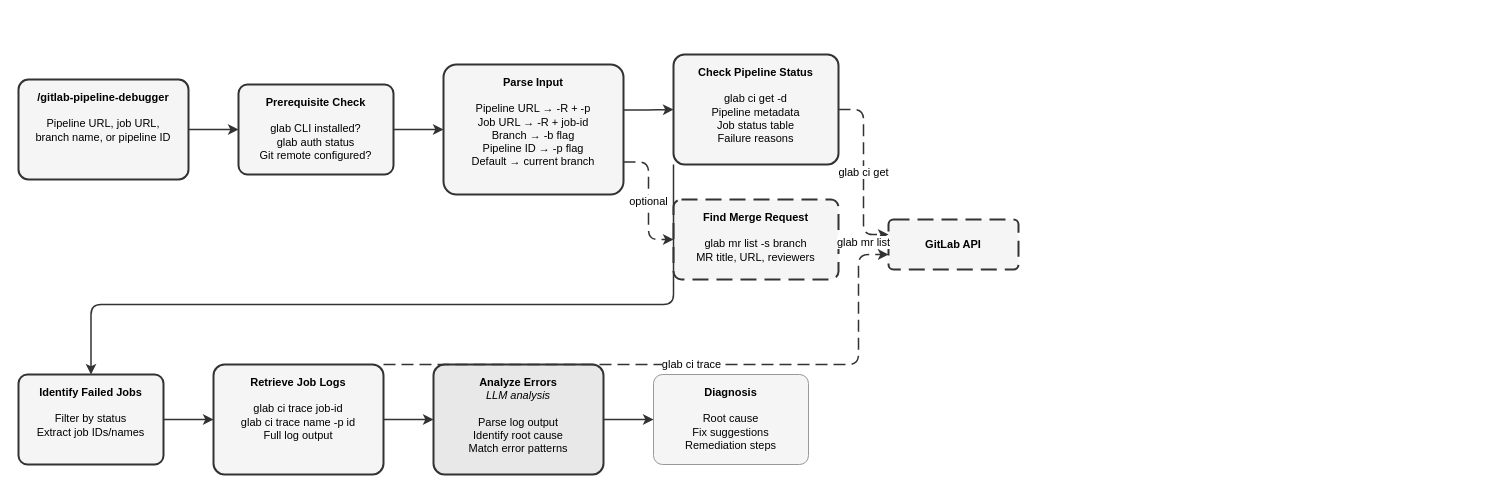
The draw.io diagram site/docs/plugins/odh-ai-helpers/gitlab-pipeline-debugger.drawio in opendatahub-io/skills-registry, before the edit. Source tidied: cells renumbered, new cells numbered last; positions are measured from the earlier drawing's top-left corner, leaving out a move shared by most shapes. Both pictures are drawn from the tidied source at 100%, with x=0, y=0 at pixel (18, 54).
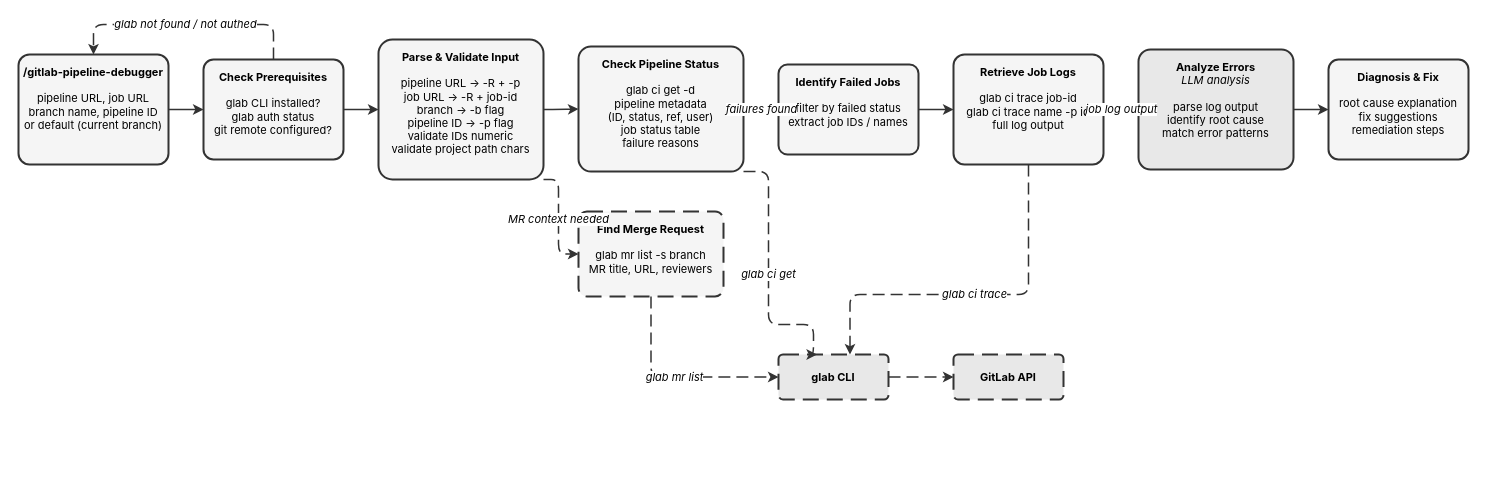
The same page after the edit.

Diff of the diagram source:
```diff
@@
-    <mxCell id="2" value="&lt;b&gt;/gitlab-pipeline-debugger&lt;/b&gt;&lt;br&gt;&lt;br&gt;Pipeline URL, job URL,&lt;br&gt;branch name, or pipeline ID" style="rounded=1;whiteSpace=wrap;html=1;fillColor=#f5f5f5;strokeColor=#333333;strokeWidth=2;arcSize=10;verticalAlign=top;spacingTop=5;fontSize=11;" parent="1" vertex="1">
-      <mxGeometry y="25" width="170" height="100" as="geometry" />
+    <mxCell id="2" value="&lt;b&gt;/gitlab-pipeline-debugger&lt;/b&gt;&lt;br&gt;&lt;br&gt;pipeline URL, job URL&lt;br&gt;branch name, pipeline ID&lt;br&gt;or default (current branch)" style="rounded=1;whiteSpace=wrap;html=1;fillColor=#f5f5f5;strokeColor=#333333;strokeWidth=2;arcSize=10;verticalAlign=top;spacingTop=5;fontSize=11;fontFamily=Inter,Helvetica,Arial,sans-serif;" parent="1" vertex="1">
+      <mxGeometry width="150" height="110" as="geometry" />
     </mxCell>
-    <mxCell id="3" value="&lt;b&gt;Prerequisite Check&lt;/b&gt;&lt;br&gt;&lt;br&gt;glab CLI installed?&lt;br&gt;glab auth status&lt;br&gt;Git remote configured?" style="rounded=1;whiteSpace=wrap;html=1;fillColor=#f5f5f5;strokeColor=#333333;strokeWidth=2;arcSize=10;verticalAlign=top;spacingTop=5;fontSize=11;" parent="1" vertex="1">
-      <mxGeometry x="220" y="30" width="155" height="90" as="geometry" />
+    <mxCell id="3" value="&lt;b&gt;Check Prerequisites&lt;/b&gt;&lt;br&gt;&lt;br&gt;glab CLI installed?&lt;br&gt;glab auth status&lt;br&gt;git remote configured?" style="rounded=1;whiteSpace=wrap;html=1;fillColor=#f5f5f5;strokeColor=#333333;strokeWidth=2;arcSize=10;verticalAlign=top;spacingTop=5;fontSize=11;fontFamily=Inter,Helvetica,Arial,sans-serif;" parent="1" vertex="1">
+      <mxGeometry x="185" y="5" width="140" height="100" as="geometry" />
     </mxCell>
-    <mxCell id="4" value="&lt;b&gt;Parse Input&lt;/b&gt;&lt;br&gt;&lt;br&gt;Pipeline URL &amp;rarr; -R + -p&lt;br&gt;Job URL &amp;rarr; -R + job-id&lt;br&gt;Branch &amp;rarr; -b flag&lt;br&gt;Pipeline ID &amp;rarr; -p flag&lt;br&gt;Default &amp;rarr; current branch" style="rounded=1;whiteSpace=wrap;html=1;fillColor=#f5f5f5;strokeColor=#333333;strokeWidth=2;arcSize=10;verticalAlign=top;spacingTop=5;fontSize=11;" parent="1" vertex="1">
-      <mxGeometry x="425" y="10" width="180" height="130" as="geometry" />
+    <mxCell id="4" value="&lt;b&gt;Parse &amp; Validate Input&lt;/b&gt;&lt;br&gt;&lt;br&gt;pipeline URL → -R + -p&lt;br&gt;job URL → -R + job-id&lt;br&gt;branch → -b flag&lt;br&gt;pipeline ID → -p flag&lt;br&gt;validate IDs numeric&lt;br&gt;validate project path chars" style="rounded=1;whiteSpace=wrap;html=1;fillColor=#f5f5f5;strokeColor=#333333;strokeWidth=2;arcSize=10;verticalAlign=top;spacingTop=5;fontSize=11;fontFamily=Inter,Helvetica,Arial,sans-serif;" parent="1" vertex="1">
+      <mxGeometry x="360" y="-15" width="165" height="140" as="geometry" />
     </mxCell>
-    <mxCell id="5" value="&lt;b&gt;Check Pipeline Status&lt;/b&gt;&lt;br&gt;&lt;br&gt;glab ci get -d&lt;br&gt;Pipeline metadata&lt;br&gt;Job status table&lt;br&gt;Failure reasons" style="rounded=1;whiteSpace=wrap;html=1;fillColor=#f5f5f5;strokeColor=#333333;strokeWidth=2;arcSize=10;verticalAlign=top;spacingTop=5;fontSize=11;" parent="1" vertex="1">
-      <mxGeometry x="655" width="165" height="110" as="geometry" />
+    <mxCell id="5" value="&lt;b&gt;Check Pipeline Status&lt;/b&gt;&lt;br&gt;&lt;br&gt;glab ci get -d&lt;br&gt;pipeline metadata&lt;br&gt;(ID, status, ref, user)&lt;br&gt;job status table&lt;br&gt;failure reasons" style="rounded=1;whiteSpace=wrap;html=1;fillColor=#f5f5f5;strokeColor=#333333;strokeWidth=2;arcSize=10;verticalAlign=top;spacingTop=5;fontSize=11;fontFamily=Inter,Helvetica,Arial,sans-serif;" parent="1" vertex="1">
+      <mxGeometry x="560" y="-8" width="165" height="125" as="geometry" />
     </mxCell>
-    <mxCell id="6" value="&lt;b&gt;Find Merge Request&lt;/b&gt;&lt;br&gt;&lt;br&gt;glab mr list -s branch&lt;br&gt;MR title, URL, reviewers" style="rounded=1;whiteSpace=wrap;html=1;fillColor=#f5f5f5;strokeColor=#333333;strokeWidth=2;arcSize=10;dashed=1;dashPattern=8 4;verticalAlign=top;spacingTop=5;fontSize=11;" parent="1" vertex="1">
-      <mxGeometry x="655" y="145" width="165" height="80" as="geometry" />
+    <mxCell id="6" value="&lt;b&gt;Find Merge Request&lt;/b&gt;&lt;br&gt;&lt;br&gt;glab mr list -s branch&lt;br&gt;MR title, URL, reviewers" style="rounded=1;whiteSpace=wrap;html=1;fillColor=#f5f5f5;strokeColor=#333333;strokeWidth=2;arcSize=10;dashed=1;dashPattern=8 4;verticalAlign=top;spacingTop=5;fontSize=11;fontFamily=Inter,Helvetica,Arial,sans-serif;" parent="1" vertex="1">
+      <mxGeometry x="560" y="157" width="145" height="85" as="geometry" />
     </mxCell>
-    <mxCell id="7" value="&lt;b&gt;Identify Failed Jobs&lt;/b&gt;&lt;br&gt;&lt;br&gt;Filter by status&lt;br&gt;Extract job IDs/names" style="rounded=1;whiteSpace=wrap;html=1;fillColor=#f5f5f5;strokeColor=#333333;strokeWidth=2;arcSize=10;verticalAlign=top;spacingTop=5;fontSize=11;" parent="1" vertex="1">
-      <mxGeometry y="320" width="145" height="90" as="geometry" />
+    <mxCell id="7" value="&lt;b&gt;Identify Failed Jobs&lt;/b&gt;&lt;br&gt;&lt;br&gt;filter by failed status&lt;br&gt;extract job IDs / names" style="rounded=1;whiteSpace=wrap;html=1;fillColor=#f5f5f5;strokeColor=#333333;strokeWidth=2;arcSize=10;verticalAlign=top;spacingTop=5;fontSize=11;fontFamily=Inter,Helvetica,Arial,sans-serif;" parent="1" vertex="1">
+      <mxGeometry x="760" y="10" width="140" height="90" as="geometry" />
     </mxCell>
-    <mxCell id="8" value="&lt;b&gt;Retrieve Job Logs&lt;/b&gt;&lt;br&gt;&lt;br&gt;glab ci trace job-id&lt;br&gt;glab ci trace name -p id&lt;br&gt;Full log output" style="rounded=1;whiteSpace=wrap;html=1;fillColor=#f5f5f5;strokeColor=#333333;strokeWidth=2;arcSize=10;verticalAlign=top;spacingTop=5;fontSize=11;" parent="1" vertex="1">
-      <mxGeometry x="195" y="310" width="170" height="110" as="geometry" />
+    <mxCell id="8" value="&lt;b&gt;Retrieve Job Logs&lt;/b&gt;&lt;br&gt;&lt;br&gt;glab ci trace job-id&lt;br&gt;glab ci trace name -p id&lt;br&gt;full log output" style="rounded=1;whiteSpace=wrap;html=1;fillColor=#f5f5f5;strokeColor=#333333;strokeWidth=2;arcSize=10;verticalAlign=top;spacingTop=5;fontSize=11;fontFamily=Inter,Helvetica,Arial,sans-serif;" parent="1" vertex="1">
+      <mxGeometry x="935" width="150" height="110" as="geometry" />
     </mxCell>
-    <mxCell id="9" value="&lt;b&gt;Analyze Errors&lt;/b&gt;&lt;br&gt;&lt;i&gt;LLM analysis&lt;/i&gt;&lt;br&gt;&lt;br&gt;Parse log output&lt;br&gt;Identify root cause&lt;br&gt;Match error patterns" style="rounded=1;whiteSpace=wrap;html=1;fillColor=#e8e8e8;strokeColor=#333333;strokeWidth=2;arcSize=10;verticalAlign=top;spacingTop=5;fontSize=11;" parent="1" vertex="1">
-      <mxGeometry x="415" y="310" width="170" height="110" as="geometry" />
+    <mxCell id="9" value="&lt;b&gt;Analyze Errors&lt;/b&gt;&lt;br&gt;&lt;i&gt;LLM analysis&lt;/i&gt;&lt;br&gt;&lt;br&gt;parse log output&lt;br&gt;identify root cause&lt;br&gt;match error patterns" style="rounded=1;whiteSpace=wrap;html=1;fillColor=#e8e8e8;strokeColor=#333333;strokeWidth=2;arcSize=10;verticalAlign=top;spacingTop=5;fontSize=11;fontFamily=Inter,Helvetica,Arial,sans-serif;" parent="1" vertex="1">
+      <mxGeometry x="1120" y="-5" width="155" height="120" as="geometry" />
     </mxCell>
-    <mxCell id="10" value="&lt;b&gt;Diagnosis&lt;/b&gt;&lt;br&gt;&lt;br&gt;Root cause&lt;br&gt;Fix suggestions&lt;br&gt;Remediation steps" style="rounded=1;whiteSpace=wrap;html=1;fillColor=#f5f5f5;strokeColor=#999999;strokeWidth=1;arcSize=10;verticalAlign=top;spacingTop=5;fontSize=11;" parent="1" vertex="1">
-      <mxGeometry x="635" y="320" width="155" height="90" as="geometry" />
+    <mxCell id="10" value="&lt;b&gt;Diagnosis &amp; Fix&lt;/b&gt;&lt;br&gt;&lt;br&gt;root cause explanation&lt;br&gt;fix suggestions&lt;br&gt;remediation steps" style="rounded=1;whiteSpace=wrap;html=1;fillColor=#f5f5f5;strokeColor=#333333;strokeWidth=2;arcSize=10;verticalAlign=top;spacingTop=5;fontSize=11;fontFamily=Inter,Helvetica,Arial,sans-serif;" parent="1" vertex="1">
+      <mxGeometry x="1310" y="5" width="140" height="100" as="geometry" />
     </mxCell>
+    <mxCell id="23" value="&lt;b&gt;glab CLI&lt;/b&gt;" style="rounded=1;whiteSpace=wrap;html=1;fillColor=#e8e8e8;strokeColor=#333333;strokeWidth=2;arcSize=10;dashed=1;dashPattern=8 4;verticalAlign=middle;fontSize=11;fontFamily=Inter,Helvetica,Arial,sans-serif;" parent="1" vertex="1">
+      <mxGeometry x="760" y="300" width="110" height="45" as="geometry" />
+    </mxCell>
-    <mxCell id="11" value="&lt;b&gt;GitLab API&lt;/b&gt;" style="rounded=1;whiteSpace=wrap;html=1;fillColor=#f5f5f5;strokeColor=#333333;strokeWidth=2;arcSize=10;dashed=1;dashPattern=8 4;verticalAlign=middle;fontSize=11;" parent="1" vertex="1">
-      <mxGeometry x="870" y="165" width="130" height="50" as="geometry" />
+    <mxCell id="11" value="&lt;b&gt;GitLab API&lt;/b&gt;" style="rounded=1;whiteSpace=wrap;html=1;fillColor=#e8e8e8;strokeColor=#333333;strokeWidth=2;arcSize=10;dashed=1;dashPattern=8 4;verticalAlign=middle;fontSize=11;fontFamily=Inter,Helvetica,Arial,sans-serif;" parent="1" vertex="1">
+      <mxGeometry x="935" y="300" width="110" height="45" as="geometry" />
     </mxCell>
-    <mxCell id="12" style="edgeStyle=orthogonalEdgeStyle;rounded=1;strokeColor=#333333;strokeWidth=1.5;html=1;exitX=1;exitY=0.5;exitDx=0;exitDy=0;entryX=0;entryY=0.5;entryDx=0;entryDy=0;" parent="1" edge="1" source="2" target="3">
+    <mxCell id="12" style="edgeStyle=orthogonalEdgeStyle;rounded=1;strokeColor=#333333;strokeWidth=1.5;html=1;fontFamily=Inter,Helvetica,Arial,sans-serif;exitX=1;exitY=0.5;exitDx=0;exitDy=0;entryX=0;entryY=0.5;entryDx=0;entryDy=0;" parent="1" edge="1" source="2" target="3">
       <mxGeometry relative="1" as="geometry" />
     </mxCell>
-    <mxCell id="13" style="edgeStyle=orthogonalEdgeStyle;rounded=1;strokeColor=#333333;strokeWidth=1.5;html=1;exitX=1;exitY=0.5;exitDx=0;exitDy=0;entryX=0;entryY=0.5;entryDx=0;entryDy=0;" parent="1" edge="1" source="3" target="4">
+    <mxCell id="13" style="edgeStyle=orthogonalEdgeStyle;rounded=1;strokeColor=#333333;strokeWidth=1.5;html=1;fontFamily=Inter,Helvetica,Arial,sans-serif;exitX=1;exitY=0.5;exitDx=0;exitDy=0;entryX=0;entryY=0.5;entryDx=0;entryDy=0;" parent="1" edge="1" source="3" target="4">
       <mxGeometry relative="1" as="geometry" />
     </mxCell>
-    <mxCell id="14" style="edgeStyle=orthogonalEdgeStyle;rounded=1;strokeColor=#333333;strokeWidth=1.5;html=1;exitX=1;exitY=0.35;exitDx=0;exitDy=0;entryX=0;entryY=0.5;entryDx=0;entryDy=0;" parent="1" edge="1" source="4" target="5">
+    <mxCell id="14" style="edgeStyle=orthogonalEdgeStyle;rounded=1;strokeColor=#333333;strokeWidth=1.5;html=1;fontFamily=Inter,Helvetica,Arial,sans-serif;exitX=1;exitY=0.5;exitDx=0;exitDy=0;entryX=0;entryY=0.5;entryDx=0;entryDy=0;" parent="1" edge="1" source="4" target="5">
       <mxGeometry relative="1" as="geometry" />
     </mxCell>
-    <mxCell id="15" value="optional" style="edgeStyle=orthogonalEdgeStyle;rounded=1;strokeColor=#333333;strokeWidth=1.5;dashed=1;dashPattern=8 4;html=1;exitX=1;exitY=0.75;exitDx=0;exitDy=0;entryX=0;entryY=0.5;entryDx=0;entryDy=0;" parent="1" edge="1" source="4" target="6">
-      <mxGeometry relative="1" as="geometry" />
+    <mxCell id="15" value="MR context needed" style="edgeStyle=orthogonalEdgeStyle;rounded=1;strokeColor=#333333;strokeWidth=1.5;dashed=1;dashPattern=8 4;html=1;fontStyle=2;fontSize=11;fontFamily=Inter,Helvetica,Arial,sans-serif;exitX=1;exitY=1;exitDx=0;exitDy=0;entryX=0;entryY=0.5;entryDx=0;entryDy=0;" parent="1" edge="1" source="4" target="6">
+      <mxGeometry relative="1" as="geometry">
+        <Array as="points">
+          <mxPoint x="540" y="125" />
+          <mxPoint x="540" y="199" />
+        </Array>
+      </mxGeometry>
     </mxCell>
-    <mxCell id="16" style="edgeStyle=orthogonalEdgeStyle;rounded=1;strokeColor=#333333;strokeWidth=1.5;html=1;exitX=0;exitY=1;exitDx=0;exitDy=0;entryX=0.5;entryY=0;entryDx=0;entryDy=0;" parent="1" edge="1" source="5" target="7">
-      <mxGeometry relative="1" as="geometry">
-        <Array as="points">
-          <mxPoint x="655" y="250" />
-          <mxPoint x="72" y="250" />
-        </Array>
-      </mxGeometry>
+    <mxCell id="16" value="failures found" style="edgeStyle=orthogonalEdgeStyle;rounded=1;strokeColor=#333333;strokeWidth=1.5;html=1;fontStyle=2;fontSize=11;fontFamily=Inter,Helvetica,Arial,sans-serif;exitX=1;exitY=0.5;exitDx=0;exitDy=0;entryX=0;entryY=0.5;entryDx=0;entryDy=0;" parent="1" edge="1" source="5" target="7">
+      <mxGeometry relative="1" as="geometry" />
     </mxCell>
-    <mxCell id="17" style="edgeStyle=orthogonalEdgeStyle;rounded=1;strokeColor=#333333;strokeWidth=1.5;html=1;exitX=1;exitY=0.5;exitDx=0;exitDy=0;entryX=0;entryY=0.5;entryDx=0;entryDy=0;" parent="1" edge="1" source="7" target="8">
+    <mxCell id="17" style="edgeStyle=orthogonalEdgeStyle;rounded=1;strokeColor=#333333;strokeWidth=1.5;html=1;fontFamily=Inter,Helvetica,Arial,sans-serif;exitX=1;exitY=0.5;exitDx=0;exitDy=0;entryX=0;entryY=0.5;entryDx=0;entryDy=0;" parent="1" edge="1" source="7" target="8">
       <mxGeometry relative="1" as="geometry" />
     </mxCell>
-    <mxCell id="18" style="edgeStyle=orthogonalEdgeStyle;rounded=1;strokeColor=#333333;strokeWidth=1.5;html=1;exitX=1;exitY=0.5;exitDx=0;exitDy=0;entryX=0;entryY=0.5;entryDx=0;entryDy=0;" parent="1" edge="1" source="8" target="9">
+    <mxCell id="18" value="job log output" style="edgeStyle=orthogonalEdgeStyle;rounded=1;strokeColor=#333333;strokeWidth=1.5;html=1;fontStyle=2;fontSize=11;fontFamily=Inter,Helvetica,Arial,sans-serif;exitX=1;exitY=0.5;exitDx=0;exitDy=0;entryX=0;entryY=0.5;entryDx=0;entryDy=0;" parent="1" edge="1" source="8" target="9">
       <mxGeometry relative="1" as="geometry" />
     </mxCell>
-    <mxCell id="19" style="edgeStyle=orthogonalEdgeStyle;rounded=1;strokeColor=#333333;strokeWidth=1.5;html=1;exitX=1;exitY=0.5;exitDx=0;exitDy=0;entryX=0;entryY=0.5;entryDx=0;entryDy=0;" parent="1" edge="1" source="9" target="10">
+    <mxCell id="19" style="edgeStyle=orthogonalEdgeStyle;rounded=1;strokeColor=#333333;strokeWidth=1.5;html=1;fontFamily=Inter,Helvetica,Arial,sans-serif;exitX=1;exitY=0.5;exitDx=0;exitDy=0;entryX=0;entryY=0.5;entryDx=0;entryDy=0;" parent="1" edge="1" source="9" target="10">
       <mxGeometry relative="1" as="geometry" />
     </mxCell>
-    <mxCell id="20" value="glab ci get" style="edgeStyle=orthogonalEdgeStyle;rounded=1;strokeColor=#333333;strokeWidth=1.5;dashed=1;dashPattern=8 4;html=1;exitX=1;exitY=0.5;exitDx=0;exitDy=0;entryX=0;entryY=0.3;entryDx=0;entryDy=0;" parent="1" edge="1" source="5" target="11">
-      <mxGeometry relative="1" as="geometry" />
+    <mxCell id="20" value="glab ci get" style="edgeStyle=orthogonalEdgeStyle;rounded=1;strokeColor=#333333;strokeWidth=1.5;dashed=1;dashPattern=8 4;html=1;fontStyle=2;fontSize=11;fontFamily=Inter,Helvetica,Arial,sans-serif;exitX=1;exitY=1;exitDx=0;exitDy=0;entryX=0.35;entryY=0;entryDx=0;entryDy=0;" parent="1" edge="1" source="5" target="23">
+      <mxGeometry relative="1" as="geometry">
+        <Array as="points">
+          <mxPoint x="750" y="117" />
+          <mxPoint x="750" y="270" />
+          <mxPoint x="795" y="270" />
+        </Array>
+      </mxGeometry>
     </mxCell>
-    <mxCell id="21" value="glab ci trace" style="edgeStyle=orthogonalEdgeStyle;rounded=1;strokeColor=#333333;strokeWidth=1.5;dashed=1;dashPattern=8 4;html=1;exitX=1;exitY=0;exitDx=0;exitDy=0;entryX=0;entryY=0.7;entryDx=0;entryDy=0;" parent="1" edge="1" source="8" target="11">
+    <mxCell id="21" value="glab ci trace" style="edgeStyle=orthogonalEdgeStyle;rounded=1;strokeColor=#333333;strokeWidth=1.5;dashed=1;dashPattern=8 4;html=1;fontStyle=2;fontSize=11;fontFamily=Inter,Helvetica,Arial,sans-serif;exitX=0.5;exitY=1;exitDx=0;exitDy=0;entryX=0.65;entryY=0;entryDx=0;entryDy=0;" parent="1" edge="1" source="8" target="23">
       <mxGeometry relative="1" as="geometry">
         <Array as="points">
-          <mxPoint x="840" y="310" />
-          <mxPoint x="840" y="200" />
+          <mxPoint x="1010" y="240" />
+          <mxPoint x="832" y="240" />
         </Array>
       </mxGeometry>
     </mxCell>
-    <mxCell id="22" value="glab mr list" style="edgeStyle=orthogonalEdgeStyle;rounded=1;strokeColor=#333333;strokeWidth=1.5;dashed=1;dashPattern=8 4;html=1;exitX=1;exitY=0.5;exitDx=0;exitDy=0;entryX=0;entryY=0.5;entryDx=0;entryDy=0;" parent="1" edge="1" source="6" target="11">
-      <mxGeometry relative="1" as="geometry" />
+    <mxCell id="22" value="glab mr list" style="edgeStyle=orthogonalEdgeStyle;rounded=1;strokeColor=#333333;strokeWidth=1.5;dashed=1;dashPattern=8 4;html=1;fontStyle=2;fontSize=11;fontFamily=Inter,Helvetica,Arial,sans-serif;exitX=0.5;exitY=1;exitDx=0;exitDy=0;entryX=0;entryY=0.5;entryDx=0;entryDy=0;" parent="1" edge="1" source="6" target="23">
+      <mxGeometry relative="1" as="geometry">
+        <Array as="points">
+          <mxPoint x="632" y="322" />
+        </Array>
+      </mxGeometry>
     </mxCell>
+    <mxCell id="24" style="edgeStyle=orthogonalEdgeStyle;rounded=1;strokeColor=#333333;strokeWidth=1.5;dashed=1;dashPattern=8 4;html=1;fontFamily=Inter,Helvetica,Arial,sans-serif;exitX=1;exitY=0.5;exitDx=0;exitDy=0;entryX=0;entryY=0.5;entryDx=0;entryDy=0;" parent="1" edge="1" source="23" target="11">
+      <mxGeometry relative="1" as="geometry" />
+    </mxCell>
+    <mxCell id="25" value="glab not found / not authed" style="edgeStyle=orthogonalEdgeStyle;rounded=1;strokeColor=#333333;strokeWidth=1.5;dashed=1;dashPattern=8 4;html=1;fontStyle=2;fontSize=11;fontFamily=Inter,Helvetica,Arial,sans-serif;exitX=0.5;exitY=0;exitDx=0;exitDy=0;entryX=0.5;entryY=0;entryDx=0;entryDy=0;" parent="1" edge="1" source="3" target="2">
+      <mxGeometry relative="1" as="geometry">
+        <Array as="points">
+          <mxPoint x="255" y="-30" />
+          <mxPoint x="75" y="-30" />
+        </Array>
+      </mxGeometry>
+    </mxCell>
```
